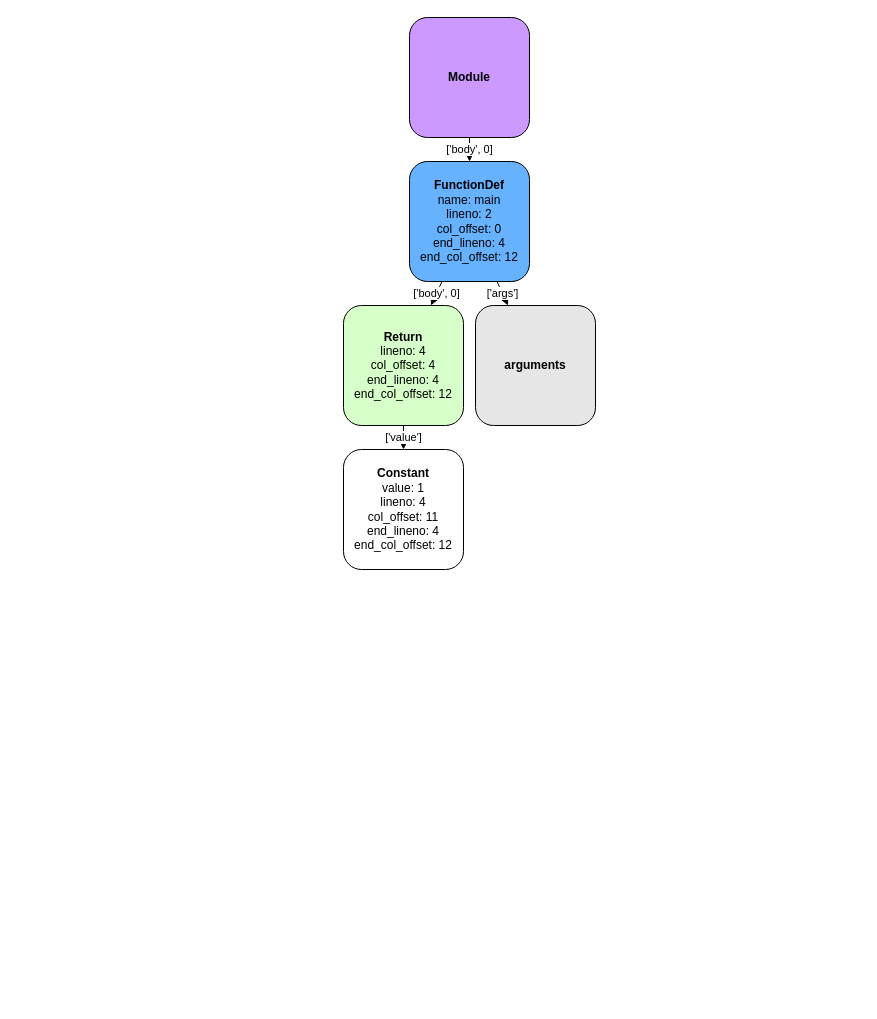
Before: output.drawio in nastia-39/project-6390, a draw.io diagram. Source tidied: cells renumbered, new cells numbered last; positions are measured from the earlier drawing's top-left corner, leaving out a move shared by most shapes. Both pictures are drawn from the tidied source at 100%, with x=0, y=0 at pixel (343, 17).
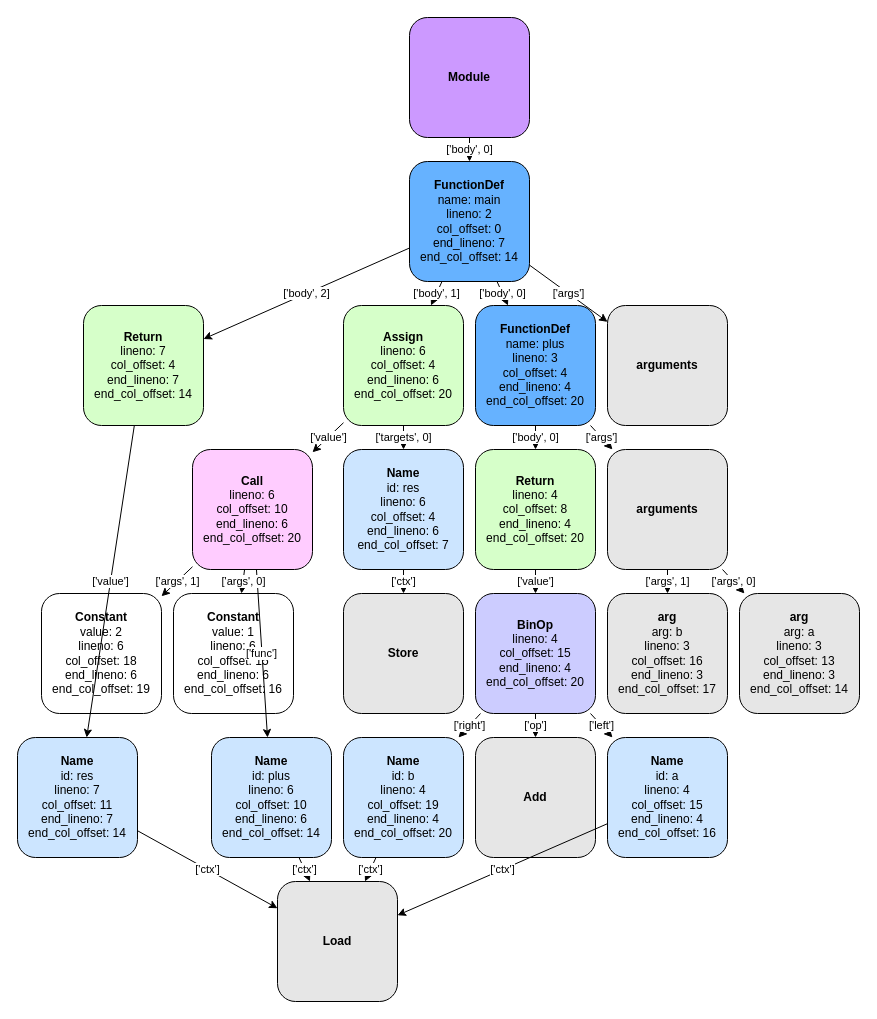
After the change.

Unchanged cells that the change refers to:
```xml
<mxCell id="2" value="&lt;b&gt;Module&lt;/b&gt;" style="rounded=1;whiteSpace=wrap;html=1;fillColor=#CC99FF;strokeColor=#000000;" parent="1" vertex="1">
  <mxGeometry x="66" width="120" height="120" as="geometry" />
</mxCell>
```

Change to the diagram source:
```diff
@@
-    <mxCell id="3" value="&lt;b&gt;FunctionDef&lt;/b&gt;&lt;br&gt;name: main&lt;br&gt;lineno: 2&lt;br&gt;col_offset: 0&lt;br&gt;end_lineno: 4&lt;br&gt;end_col_offset: 12" style="rounded=1;whiteSpace=wrap;html=1;fillColor=#66B2FF;strokeColor=#000000;" parent="1" vertex="1">
-      <mxGeometry x="66" y="144" width="120" height="120" as="geometry" />
-    </mxCell>
-    <mxCell id="4" value="&lt;b&gt;arguments&lt;/b&gt;" style="rounded=1;whiteSpace=wrap;html=1;fillColor=#E6E6E6;strokeColor=#000000;" parent="1" vertex="1">
-      <mxGeometry x="132" y="288" width="120" height="120" as="geometry" />
-    </mxCell>
-    <mxCell id="5" value="&lt;b&gt;Return&lt;/b&gt;&lt;br&gt;lineno: 4&lt;br&gt;col_offset: 4&lt;br&gt;end_lineno: 4&lt;br&gt;end_col_offset: 12" style="rounded=1;whiteSpace=wrap;html=1;fillColor=#D6FFC9;strokeColor=#000000;" parent="1" vertex="1">
-      <mxGeometry y="288" width="120" height="120" as="geometry" />
-    </mxCell>
-    <mxCell id="6" value="&lt;b&gt;Constant&lt;/b&gt;&lt;br&gt;value: 1&lt;br&gt;lineno: 4&lt;br&gt;col_offset: 11&lt;br&gt;end_lineno: 4&lt;br&gt;end_col_offset: 12" style="rounded=1;whiteSpace=wrap;html=1;fillColor=#FFFFFF;strokeColor=#000000;" parent="1" vertex="1">
-      <mxGeometry y="432" width="120" height="120" as="geometry" />
-    </mxCell>
-    <mxCell id="7" value="['body', 0]" style="endArrow=classic;html=1;" parent="1" edge="1" source="2" target="3">
-      <mxGeometry relative="1" as="geometry" />
-    </mxCell>
-    <mxCell id="8" value="['args']" style="endArrow=classic;html=1;" parent="1" edge="1" source="3" target="4">
-      <mxGeometry relative="1" as="geometry" />
-    </mxCell>
-    <mxCell id="9" value="['body', 0]" style="endArrow=classic;html=1;" parent="1" edge="1" source="3" target="5">
-      <mxGeometry relative="1" as="geometry" />
-    </mxCell>
-    <mxCell id="10" value="['value']" style="endArrow=classic;html=1;" parent="1" edge="1" source="5" target="6">
-      <mxGeometry relative="1" as="geometry" />
-    </mxCell>
+    <mxCell id="11" value="&lt;b&gt;FunctionDef&lt;/b&gt;&lt;br&gt;name: main&lt;br&gt;lineno: 2&lt;br&gt;col_offset: 0&lt;br&gt;end_lineno: 7&lt;br&gt;end_col_offset: 14" style="rounded=1;whiteSpace=wrap;html=1;fillColor=#66B2FF;strokeColor=#000000;" parent="1" vertex="1">
+      <mxGeometry x="66" y="144" width="120" height="120" as="geometry" />
+    </mxCell>
+    <mxCell id="12" value="&lt;b&gt;arguments&lt;/b&gt;" style="rounded=1;whiteSpace=wrap;html=1;fillColor=#E6E6E6;strokeColor=#000000;" parent="1" vertex="1">
+      <mxGeometry x="264" y="288" width="120" height="120" as="geometry" />
+    </mxCell>
+    <mxCell id="13" value="&lt;b&gt;FunctionDef&lt;/b&gt;&lt;br&gt;name: plus&lt;br&gt;lineno: 3&lt;br&gt;col_offset: 4&lt;br&gt;end_lineno: 4&lt;br&gt;end_col_offset: 20" style="rounded=1;whiteSpace=wrap;html=1;fillColor=#66B2FF;strokeColor=#000000;" parent="1" vertex="1">
+      <mxGeometry x="132" y="288" width="120" height="120" as="geometry" />
+    </mxCell>
+    <mxCell id="14" value="&lt;b&gt;arguments&lt;/b&gt;" style="rounded=1;whiteSpace=wrap;html=1;fillColor=#E6E6E6;strokeColor=#000000;" parent="1" vertex="1">
+      <mxGeometry x="264" y="432" width="120" height="120" as="geometry" />
+    </mxCell>
+    <mxCell id="15" value="&lt;b&gt;arg&lt;/b&gt;&lt;br&gt;arg: a&lt;br&gt;lineno: 3&lt;br&gt;col_offset: 13&lt;br&gt;end_lineno: 3&lt;br&gt;end_col_offset: 14" style="rounded=1;whiteSpace=wrap;html=1;fillColor=#E6E6E6;strokeColor=#000000;" parent="1" vertex="1">
+      <mxGeometry x="396" y="576" width="120" height="120" as="geometry" />
+    </mxCell>
+    <mxCell id="16" value="&lt;b&gt;arg&lt;/b&gt;&lt;br&gt;arg: b&lt;br&gt;lineno: 3&lt;br&gt;col_offset: 16&lt;br&gt;end_lineno: 3&lt;br&gt;end_col_offset: 17" style="rounded=1;whiteSpace=wrap;html=1;fillColor=#E6E6E6;strokeColor=#000000;" parent="1" vertex="1">
+      <mxGeometry x="264" y="576" width="120" height="120" as="geometry" />
+    </mxCell>
+    <mxCell id="17" value="&lt;b&gt;Return&lt;/b&gt;&lt;br&gt;lineno: 4&lt;br&gt;col_offset: 8&lt;br&gt;end_lineno: 4&lt;br&gt;end_col_offset: 20" style="rounded=1;whiteSpace=wrap;html=1;fillColor=#D6FFC9;strokeColor=#000000;" parent="1" vertex="1">
+      <mxGeometry x="132" y="432" width="120" height="120" as="geometry" />
+    </mxCell>
+    <mxCell id="18" value="&lt;b&gt;BinOp&lt;/b&gt;&lt;br&gt;lineno: 4&lt;br&gt;col_offset: 15&lt;br&gt;end_lineno: 4&lt;br&gt;end_col_offset: 20" style="rounded=1;whiteSpace=wrap;html=1;fillColor=#CCCCFF;strokeColor=#000000;" parent="1" vertex="1">
+      <mxGeometry x="132" y="576" width="120" height="120" as="geometry" />
+    </mxCell>
+    <mxCell id="19" value="&lt;b&gt;Name&lt;/b&gt;&lt;br&gt;id: a&lt;br&gt;lineno: 4&lt;br&gt;col_offset: 15&lt;br&gt;end_lineno: 4&lt;br&gt;end_col_offset: 16" style="rounded=1;whiteSpace=wrap;html=1;fillColor=#CCE5FF;strokeColor=#000000;" parent="1" vertex="1">
+      <mxGeometry x="264" y="720" width="120" height="120" as="geometry" />
+    </mxCell>
+    <mxCell id="20" value="&lt;b&gt;Load&lt;/b&gt;" style="rounded=1;whiteSpace=wrap;html=1;fillColor=#E6E6E6;strokeColor=#000000;" parent="1" vertex="1">
+      <mxGeometry x="-66" y="864" width="120" height="120" as="geometry" />
+    </mxCell>
+    <mxCell id="21" value="&lt;b&gt;Add&lt;/b&gt;" style="rounded=1;whiteSpace=wrap;html=1;fillColor=#E6E6E6;strokeColor=#000000;" parent="1" vertex="1">
+      <mxGeometry x="132" y="720" width="120" height="120" as="geometry" />
+    </mxCell>
+    <mxCell id="22" value="&lt;b&gt;Name&lt;/b&gt;&lt;br&gt;id: b&lt;br&gt;lineno: 4&lt;br&gt;col_offset: 19&lt;br&gt;end_lineno: 4&lt;br&gt;end_col_offset: 20" style="rounded=1;whiteSpace=wrap;html=1;fillColor=#CCE5FF;strokeColor=#000000;" parent="1" vertex="1">
+      <mxGeometry y="720" width="120" height="120" as="geometry" />
+    </mxCell>
+    <mxCell id="23" value="&lt;b&gt;Assign&lt;/b&gt;&lt;br&gt;lineno: 6&lt;br&gt;col_offset: 4&lt;br&gt;end_lineno: 6&lt;br&gt;end_col_offset: 20" style="rounded=1;whiteSpace=wrap;html=1;fillColor=#D6FFC9;strokeColor=#000000;" parent="1" vertex="1">
+      <mxGeometry y="288" width="120" height="120" as="geometry" />
+    </mxCell>
+    <mxCell id="24" value="&lt;b&gt;Name&lt;/b&gt;&lt;br&gt;id: res&lt;br&gt;lineno: 6&lt;br&gt;col_offset: 4&lt;br&gt;end_lineno: 6&lt;br&gt;end_col_offset: 7" style="rounded=1;whiteSpace=wrap;html=1;fillColor=#CCE5FF;strokeColor=#000000;" parent="1" vertex="1">
+      <mxGeometry y="432" width="120" height="120" as="geometry" />
+    </mxCell>
+    <mxCell id="25" value="&lt;b&gt;Store&lt;/b&gt;" style="rounded=1;whiteSpace=wrap;html=1;fillColor=#E6E6E6;strokeColor=#000000;" parent="1" vertex="1">
+      <mxGeometry y="576" width="120" height="120" as="geometry" />
+    </mxCell>
+    <mxCell id="26" value="&lt;b&gt;Call&lt;/b&gt;&lt;br&gt;lineno: 6&lt;br&gt;col_offset: 10&lt;br&gt;end_lineno: 6&lt;br&gt;end_col_offset: 20" style="rounded=1;whiteSpace=wrap;html=1;fillColor=#FFCCFF;strokeColor=#000000;" parent="1" vertex="1">
+      <mxGeometry x="-151" y="432" width="120" height="120" as="geometry" />
+    </mxCell>
+    <mxCell id="27" value="&lt;b&gt;Name&lt;/b&gt;&lt;br&gt;id: plus&lt;br&gt;lineno: 6&lt;br&gt;col_offset: 10&lt;br&gt;end_lineno: 6&lt;br&gt;end_col_offset: 14" style="rounded=1;whiteSpace=wrap;html=1;fillColor=#CCE5FF;strokeColor=#000000;" parent="1" vertex="1">
+      <mxGeometry x="-132" y="720" width="120" height="120" as="geometry" />
+    </mxCell>
+    <mxCell id="28" value="&lt;b&gt;Constant&lt;/b&gt;&lt;br&gt;value: 1&lt;br&gt;lineno: 6&lt;br&gt;col_offset: 15&lt;br&gt;end_lineno: 6&lt;br&gt;end_col_offset: 16" style="rounded=1;whiteSpace=wrap;html=1;fillColor=#FFFFFF;strokeColor=#000000;" parent="1" vertex="1">
+      <mxGeometry x="-170" y="576" width="120" height="120" as="geometry" />
+    </mxCell>
+    <mxCell id="29" value="&lt;b&gt;Constant&lt;/b&gt;&lt;br&gt;value: 2&lt;br&gt;lineno: 6&lt;br&gt;col_offset: 18&lt;br&gt;end_lineno: 6&lt;br&gt;end_col_offset: 19" style="rounded=1;whiteSpace=wrap;html=1;fillColor=#FFFFFF;strokeColor=#000000;" parent="1" vertex="1">
+      <mxGeometry x="-302" y="576" width="120" height="120" as="geometry" />
+    </mxCell>
+    <mxCell id="30" value="&lt;b&gt;Return&lt;/b&gt;&lt;br&gt;lineno: 7&lt;br&gt;col_offset: 4&lt;br&gt;end_lineno: 7&lt;br&gt;end_col_offset: 14" style="rounded=1;whiteSpace=wrap;html=1;fillColor=#D6FFC9;strokeColor=#000000;" parent="1" vertex="1">
+      <mxGeometry x="-260" y="288" width="120" height="120" as="geometry" />
+    </mxCell>
+    <mxCell id="31" value="&lt;b&gt;Name&lt;/b&gt;&lt;br&gt;id: res&lt;br&gt;lineno: 7&lt;br&gt;col_offset: 11&lt;br&gt;end_lineno: 7&lt;br&gt;end_col_offset: 14" style="rounded=1;whiteSpace=wrap;html=1;fillColor=#CCE5FF;strokeColor=#000000;" parent="1" vertex="1">
+      <mxGeometry x="-326" y="720" width="120" height="120" as="geometry" />
+    </mxCell>
+    <mxCell id="32" value="['body', 0]" style="endArrow=classic;html=1;" parent="1" edge="1" source="2" target="11">
+      <mxGeometry relative="1" as="geometry" />
+    </mxCell>
+    <mxCell id="33" value="['args']" style="endArrow=classic;html=1;" parent="1" edge="1" source="11" target="12">
+      <mxGeometry relative="1" as="geometry" />
+    </mxCell>
+    <mxCell id="34" value="['body', 0]" style="endArrow=classic;html=1;" parent="1" edge="1" source="11" target="13">
+      <mxGeometry relative="1" as="geometry" />
+    </mxCell>
+    <mxCell id="35" value="['args']" style="endArrow=classic;html=1;" parent="1" edge="1" source="13" target="14">
+      <mxGeometry relative="1" as="geometry" />
+    </mxCell>
+    <mxCell id="36" value="['args', 0]" style="endArrow=classic;html=1;" parent="1" edge="1" source="14" target="15">
+      <mxGeometry relative="1" as="geometry" />
+    </mxCell>
+    <mxCell id="37" value="['args', 1]" style="endArrow=classic;html=1;" parent="1" edge="1" source="14" target="16">
+      <mxGeometry relative="1" as="geometry" />
+    </mxCell>
+    <mxCell id="38" value="['body', 0]" style="endArrow=classic;html=1;" parent="1" edge="1" source="13" target="17">
+      <mxGeometry relative="1" as="geometry" />
+    </mxCell>
+    <mxCell id="39" value="['value']" style="endArrow=classic;html=1;" parent="1" edge="1" source="17" target="18">
+      <mxGeometry relative="1" as="geometry" />
+    </mxCell>
+    <mxCell id="40" value="['left']" style="endArrow=classic;html=1;" parent="1" edge="1" source="18" target="19">
+      <mxGeometry relative="1" as="geometry" />
+    </mxCell>
+    <mxCell id="41" value="['ctx']" style="endArrow=classic;html=1;" parent="1" edge="1" source="19" target="20">
+      <mxGeometry relative="1" as="geometry" />
+    </mxCell>
+    <mxCell id="42" value="['op']" style="endArrow=classic;html=1;" parent="1" edge="1" source="18" target="21">
+      <mxGeometry relative="1" as="geometry" />
+    </mxCell>
+    <mxCell id="43" value="['right']" style="endArrow=classic;html=1;" parent="1" edge="1" source="18" target="22">
+      <mxGeometry relative="1" as="geometry" />
+    </mxCell>
+    <mxCell id="44" value="['ctx']" style="endArrow=classic;html=1;" parent="1" edge="1" source="22" target="20">
+      <mxGeometry relative="1" as="geometry" />
+    </mxCell>
+    <mxCell id="45" value="['body', 1]" style="endArrow=classic;html=1;" parent="1" edge="1" source="11" target="23">
+      <mxGeometry relative="1" as="geometry" />
+    </mxCell>
+    <mxCell id="46" value="['targets', 0]" style="endArrow=classic;html=1;" parent="1" edge="1" source="23" target="24">
+      <mxGeometry relative="1" as="geometry" />
+    </mxCell>
+    <mxCell id="47" value="['ctx']" style="endArrow=classic;html=1;" parent="1" edge="1" source="24" target="25">
+      <mxGeometry relative="1" as="geometry" />
+    </mxCell>
+    <mxCell id="48" value="['value']" style="endArrow=classic;html=1;" parent="1" edge="1" source="23" target="26">
+      <mxGeometry relative="1" as="geometry" />
+    </mxCell>
+    <mxCell id="49" value="['func']" style="endArrow=classic;html=1;" parent="1" edge="1" source="26" target="27">
+      <mxGeometry relative="1" as="geometry" />
+    </mxCell>
+    <mxCell id="50" value="['ctx']" style="endArrow=classic;html=1;" parent="1" edge="1" source="27" target="20">
+      <mxGeometry relative="1" as="geometry" />
+    </mxCell>
+    <mxCell id="51" value="['args', 0]" style="endArrow=classic;html=1;" parent="1" edge="1" source="26" target="28">
+      <mxGeometry relative="1" as="geometry" />
+    </mxCell>
+    <mxCell id="52" value="['args', 1]" style="endArrow=classic;html=1;" parent="1" edge="1" source="26" target="29">
+      <mxGeometry relative="1" as="geometry" />
+    </mxCell>
+    <mxCell id="53" value="['body', 2]" style="endArrow=classic;html=1;" parent="1" edge="1" source="11" target="30">
+      <mxGeometry relative="1" as="geometry" />
+    </mxCell>
+    <mxCell id="54" value="['value']" style="endArrow=classic;html=1;" parent="1" edge="1" source="30" target="31">
+      <mxGeometry relative="1" as="geometry" />
+    </mxCell>
+    <mxCell id="55" value="['ctx']" style="endArrow=classic;html=1;" parent="1" edge="1" source="31" target="20">
+      <mxGeometry relative="1" as="geometry" />
+    </mxCell>
```
